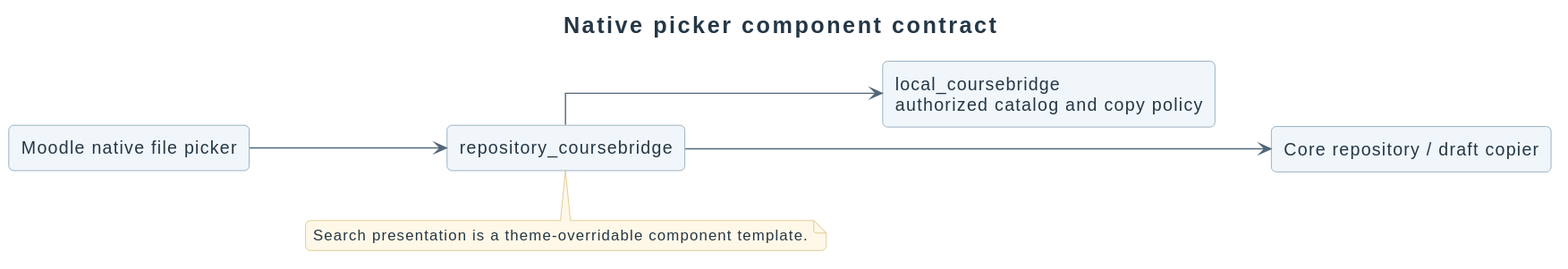
Earlier version of the PlantUML export docs/diagrams/components.svg (didactika/moodle-repository_coursefiles). Its diagram source:
```plantuml
@startuml
!include _style.puml
title Native picker component contract
left to right direction
component "Moodle native file picker" as Picker
component repository_coursebridge as Repository
component "local_coursebridge\nauthorized catalog and copy policy" as Local
component "Core repository / draft copier" as Draft
Picker --> Repository
Repository --> Local
Repository --> Draft
Local -[hidden]down-> Draft
note bottom of Repository : Search presentation is a theme-overridable component template.
@enduml
```
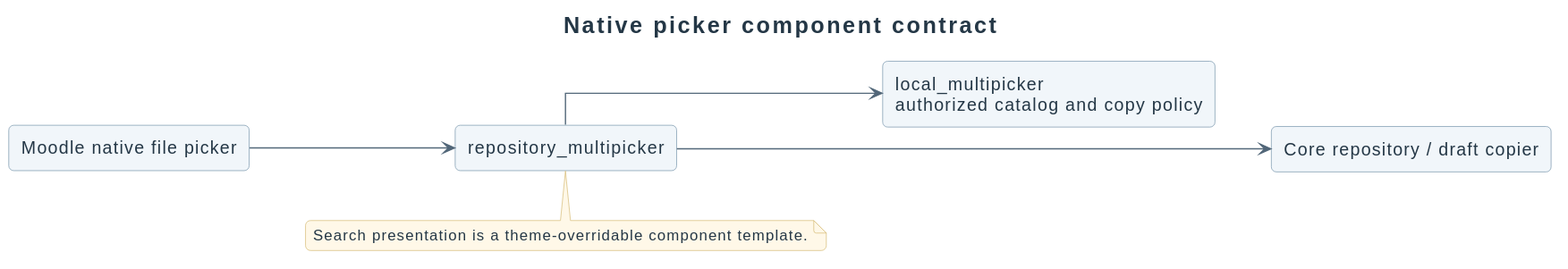
The same file after the commit.

Diff of the diagram source:
```diff
@@ -3,8 +3,8 @@
 title Native picker component contract
 left to right direction
 component "Moodle native file picker" as Picker
-component repository_coursebridge as Repository
-component "local_coursebridge\nauthorized catalog and copy policy" as Local
+component repository_multipicker as Repository
+component "local_multipicker\nauthorized catalog and copy policy" as Local
 component "Core repository / draft copier" as Draft
 Picker --> Repository
 Repository --> Local
```
